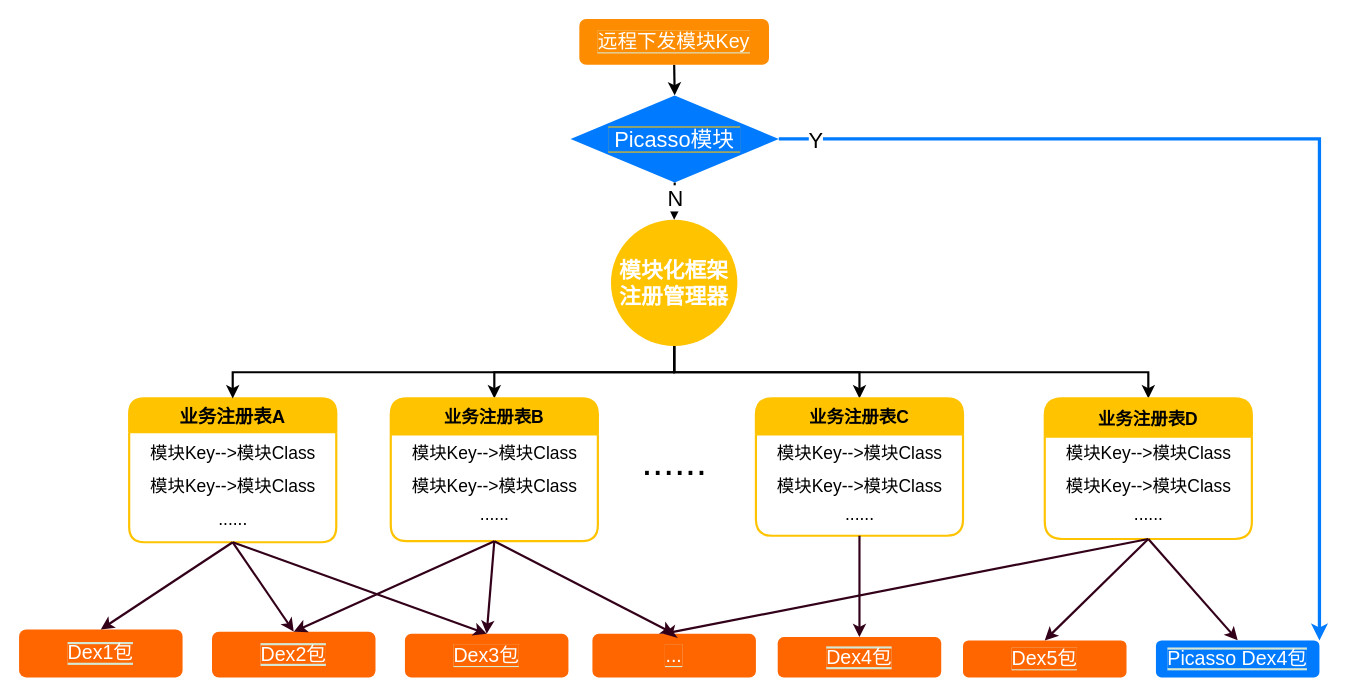
Above: page "Page-25" (11 of 22) of 频道首页执行流程.drawio in hpk1994/shophome (draw.io), before the change. Source tidied: cells renumbered, new cells numbered last; positions are measured from the earlier drawing's top-left corner, leaving out a move shared by most shapes. Both pictures are drawn from the tidied source at 109%, with x=0, y=0 at pixel (19, 19).
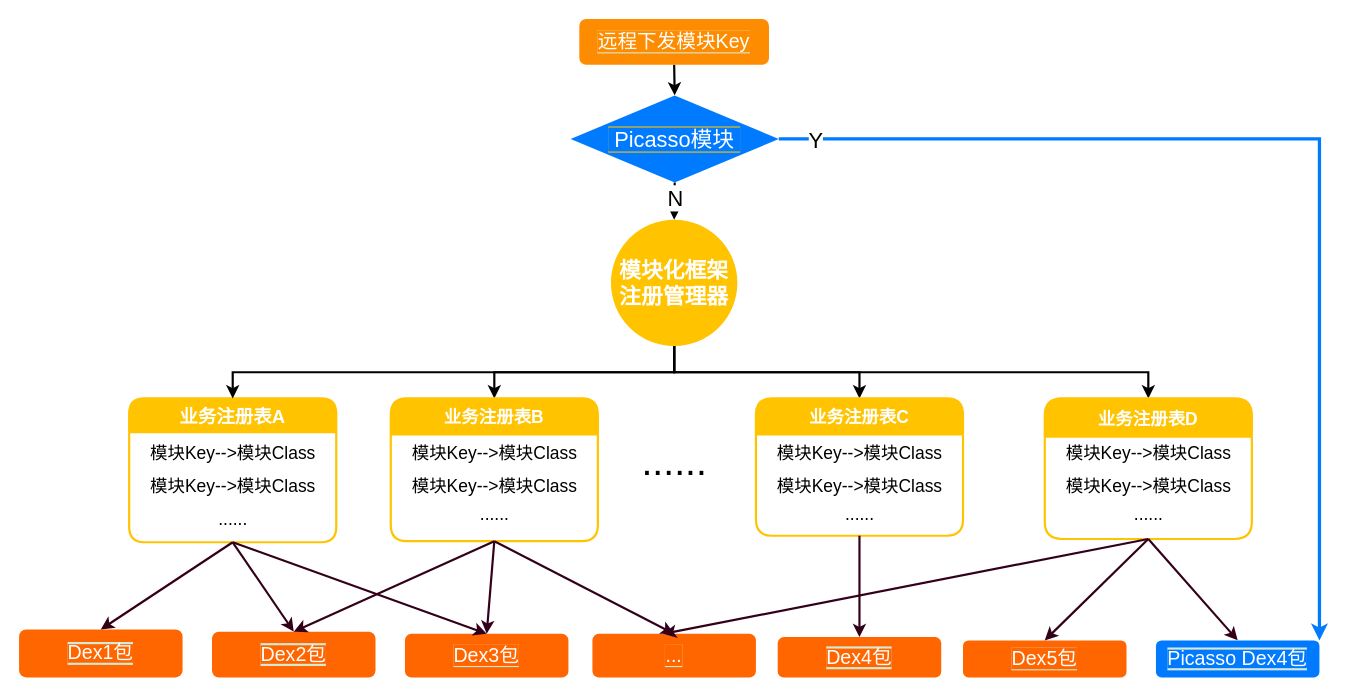
The same page after the edit.

Change to the diagram source:
```diff
@@
-    <mxCell id="2" value="业务注册表A" style="swimlane;rounded=1;shadow=0;labelBackgroundColor=#FFC300;strokeColor=#FFC300;strokeWidth=2;fillColor=#FFC300;fontSize=17;startSize=31;fontFamily=微软雅黑;" parent="1" vertex="1">
+    <mxCell id="2" value="业务注册表A" style="swimlane;rounded=1;shadow=0;labelBackgroundColor=#FFC300;strokeColor=#FFC300;strokeWidth=2;fillColor=#FFC300;fontSize=17;startSize=31;fontFamily=微软雅黑;fontColor=#FFFFFF;" parent="1" vertex="1">
       <mxGeometry x="101" y="348" width="190" height="132" as="geometry" />
     </mxCell>
@@
-    <mxCell id="19" value="业务注册表B" style="swimlane;rounded=1;shadow=0;labelBackgroundColor=#FFC300;strokeColor=#FFC300;strokeWidth=2;fillColor=#FFC300;fontSize=16;startSize=33;fontFamily=微软雅黑;" parent="1" vertex="1">
+    <mxCell id="19" value="业务注册表B" style="swimlane;rounded=1;shadow=0;labelBackgroundColor=#FFC300;strokeColor=#FFC300;strokeWidth=2;fillColor=#FFC300;fontSize=16;startSize=33;fontFamily=微软雅黑;fontColor=#FFFFFF;" parent="1" vertex="1">
       <mxGeometry x="341" y="348" width="190" height="131" as="geometry" />
     </mxCell>
@@
-    <mxCell id="23" value="业务注册表C" style="swimlane;rounded=1;shadow=0;labelBackgroundColor=#FFC300;strokeColor=#FFC300;strokeWidth=2;fillColor=#FFC300;fontSize=16;startSize=33;fontFamily=微软雅黑;" parent="1" vertex="1">
+    <mxCell id="23" value="业务注册表C" style="swimlane;rounded=1;shadow=0;labelBackgroundColor=#FFC300;strokeColor=#FFC300;strokeWidth=2;fillColor=#FFC300;fontSize=16;startSize=33;fontFamily=微软雅黑;fontColor=#FFFFFF;" parent="1" vertex="1">
       <mxGeometry x="676" y="348" width="190" height="126" as="geometry" />
     </mxCell>
@@
-    <mxCell id="27" value="业务注册表D" style="swimlane;rounded=1;shadow=0;labelBackgroundColor=#FFC300;strokeColor=#FFC300;strokeWidth=2;fillColor=#FFC300;fontSize=16;startSize=35;fontFamily=微软雅黑;" parent="1" vertex="1">
+    <mxCell id="27" value="业务注册表D" style="swimlane;rounded=1;shadow=0;labelBackgroundColor=#FFC300;strokeColor=#FFC300;strokeWidth=2;fillColor=#FFC300;fontSize=16;startSize=35;fontFamily=微软雅黑;fontColor=#FFFFFF;" parent="1" vertex="1">
       <mxGeometry x="941" y="348" width="190" height="129" as="geometry" />
     </mxCell>
```
